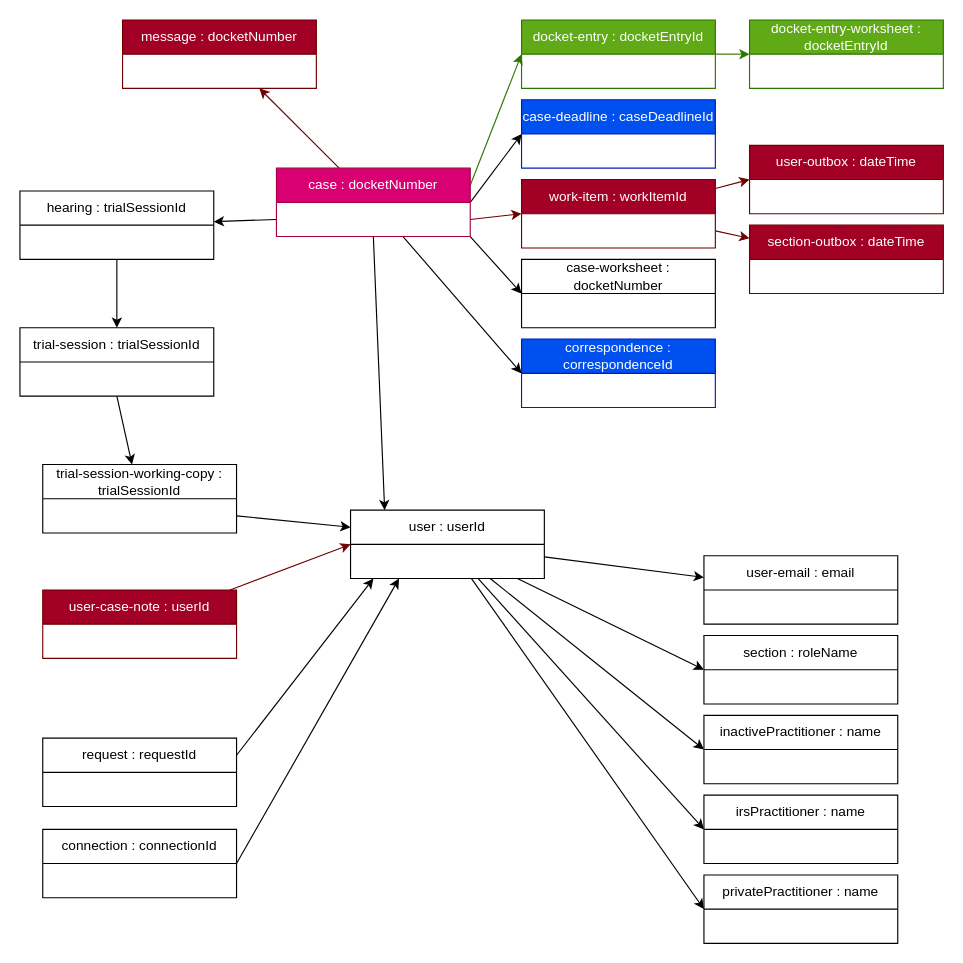
Before: docs/postgres/dynamo-db-entities.drawio in ustaxcourt/ef-cms, a draw.io diagram. Source tidied: cells renumbered, new cells numbered last; positions are measured from the earlier drawing's top-left corner, leaving out a move shared by most shapes. Both pictures are drawn from the tidied source at 114%, with x=0, y=0 at pixel (19, 19).
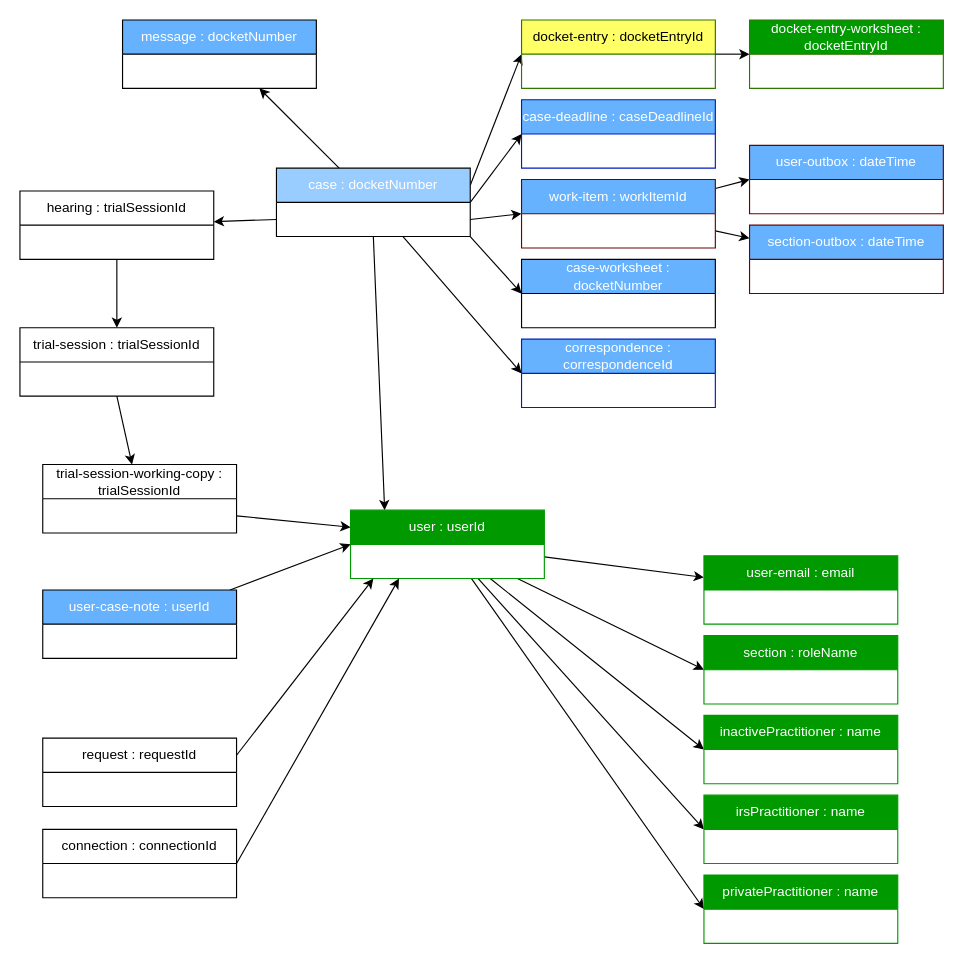
The same page after the edit.

Diff of the diagram source:
```diff
@@
-    <mxCell id="2" style="edgeStyle=none;html=1;entryX=0;entryY=0.5;entryDx=0;entryDy=0;fontColor=#FFFFFF;exitX=1;exitY=0.25;exitDx=0;exitDy=0;fillColor=#60a917;strokeColor=#2D7600;" parent="1" edge="1" source="10" target="11">
+    <mxCell id="2" style="edgeStyle=none;html=1;entryX=0;entryY=0.5;entryDx=0;entryDy=0;fontColor=#FFFFFF;exitX=1;exitY=0.25;exitDx=0;exitDy=0;fillColor=#60a917;strokeColor=#000000;" parent="1" edge="1" source="10" target="11">
       <mxGeometry relative="1" as="geometry" />
     </mxCell>
@@
-    <mxCell id="4" style="edgeStyle=none;html=1;entryX=0;entryY=0.5;entryDx=0;entryDy=0;fontColor=#FFFFFF;exitX=1;exitY=0.75;exitDx=0;exitDy=0;fillColor=#a20025;strokeColor=#6F0000;" parent="1" edge="1" source="10" target="15">
+    <mxCell id="4" style="edgeStyle=none;html=1;entryX=0;entryY=0.5;entryDx=0;entryDy=0;fontColor=#FFFFFF;exitX=1;exitY=0.75;exitDx=0;exitDy=0;fillColor=#a20025;strokeColor=#000000;" parent="1" edge="1" source="10" target="15">
       <mxGeometry relative="1" as="geometry" />
     </mxCell>
@@
-    <mxCell id="9" style="edgeStyle=none;html=1;fillColor=#a20025;strokeColor=#6F0000;" parent="1" edge="1" source="10">
+    <mxCell id="9" style="edgeStyle=none;html=1;fillColor=#a20025;strokeColor=#000000;" parent="1" edge="1" source="10">
       <mxGeometry relative="1" as="geometry">
         <mxPoint x="210" y="60" as="targetPoint" />
       </mxGeometry>
     </mxCell>
-    <mxCell id="10" value="case : docketNumber" style="swimlane;fontStyle=0;horizontal=1;startSize=30;whiteSpace=wrap;html=1;fillColor=#d80073;fontColor=#ffffff;strokeColor=#A50040;" parent="1" vertex="1">
+    <mxCell id="10" value="&lt;font color=&quot;#ffffff&quot;&gt;case : docketNumber&lt;/font&gt;" style="swimlane;fontStyle=0;horizontal=1;startSize=30;whiteSpace=wrap;html=1;fillColor=#99CCFF;fontColor=#ffffff;strokeColor=#000000;shadow=0;" parent="1" vertex="1">
       <mxGeometry x="225" y="130" width="170" height="60" as="geometry" />
     </mxCell>
-    <mxCell id="11" value="docket-entry : docketEntryId" style="swimlane;fontStyle=0;horizontal=1;startSize=30;whiteSpace=wrap;html=1;fillColor=#60a917;fontColor=#ffffff;strokeColor=#2D7600;" parent="1" vertex="1">
+    <mxCell id="11" value="&lt;font color=&quot;#000000&quot;&gt;docket-entry : docketEntryId&lt;/font&gt;" style="swimlane;fontStyle=0;horizontal=1;startSize=30;whiteSpace=wrap;html=1;fillColor=#FFFF66;fontColor=#ffffff;strokeColor=#2D7600;" parent="1" vertex="1">
       <mxGeometry x="440" width="170" height="60" as="geometry" />
     </mxCell>
-    <mxCell id="12" value="case-deadline : caseDeadlineId" style="swimlane;fontStyle=0;horizontal=1;startSize=30;whiteSpace=wrap;html=1;fillColor=#0050ef;fontColor=#ffffff;strokeColor=#001DBC;" parent="1" vertex="1">
+    <mxCell id="12" value="case-deadline : caseDeadlineId" style="swimlane;fontStyle=0;horizontal=1;startSize=30;whiteSpace=wrap;html=1;fillColor=#66B2FF;fontColor=#ffffff;strokeColor=#001DBC;" parent="1" vertex="1">
       <mxGeometry x="440" y="70" width="170" height="60" as="geometry" />
     </mxCell>
-    <mxCell id="13" style="edgeStyle=none;html=1;exitX=1;exitY=0.75;exitDx=0;exitDy=0;fillColor=#a20025;strokeColor=#6F0000;" parent="1" edge="1" source="15" target="41">
+    <mxCell id="13" style="edgeStyle=none;html=1;exitX=1;exitY=0.75;exitDx=0;exitDy=0;fillColor=#a20025;strokeColor=#000000;" parent="1" edge="1" source="15" target="41">
       <mxGeometry relative="1" as="geometry" />
     </mxCell>
-    <mxCell id="14" style="edgeStyle=none;html=1;entryX=0;entryY=0.5;entryDx=0;entryDy=0;fillColor=#a20025;strokeColor=#6F0000;" parent="1" edge="1" source="15" target="42">
+    <mxCell id="14" style="edgeStyle=none;html=1;entryX=0;entryY=0.5;entryDx=0;entryDy=0;fillColor=#a20025;strokeColor=#000000;" parent="1" edge="1" source="15" target="42">
       <mxGeometry relative="1" as="geometry" />
     </mxCell>
-    <mxCell id="15" value="work-item : workItemId" style="swimlane;fontStyle=0;horizontal=1;startSize=30;whiteSpace=wrap;html=1;fillColor=#a20025;fontColor=#ffffff;strokeColor=#6F0000;" parent="1" vertex="1">
+    <mxCell id="15" value="work-item : workItemId" style="swimlane;fontStyle=0;horizontal=1;startSize=30;whiteSpace=wrap;html=1;fillColor=#66B2FF;fontColor=#ffffff;strokeColor=#6F0000;" parent="1" vertex="1">
       <mxGeometry x="440" y="140" width="170" height="60" as="geometry" />
     </mxCell>
@@
-    <mxCell id="21" value="user : userId" style="swimlane;fontStyle=0;horizontal=1;startSize=30;whiteSpace=wrap;html=1;" parent="1" vertex="1">
+    <mxCell id="21" value="&lt;font color=&quot;#ffffff&quot;&gt;user : userId&lt;/font&gt;" style="swimlane;fontStyle=0;horizontal=1;startSize=30;whiteSpace=wrap;html=1;strokeColor=#009900;fillColor=#009900;" parent="1" vertex="1">
       <mxGeometry x="290" y="430" width="170" height="60" as="geometry" />
     </mxCell>
-    <mxCell id="22" value="inactivePractitioner : name" style="swimlane;fontStyle=0;horizontal=1;startSize=30;whiteSpace=wrap;html=1;gradientColor=none;" parent="1" vertex="1">
+    <mxCell id="22" value="&lt;font color=&quot;#ffffff&quot;&gt;inactivePractitioner : name&lt;/font&gt;" style="swimlane;fontStyle=0;horizontal=1;startSize=30;whiteSpace=wrap;html=1;gradientColor=none;strokeColor=#009900;fillColor=#009900;" parent="1" vertex="1">
       <mxGeometry x="600" y="610" width="170" height="60" as="geometry" />
     </mxCell>
-    <mxCell id="23" value="irsPractitioner : name" style="swimlane;fontStyle=0;horizontal=1;startSize=30;whiteSpace=wrap;html=1;" parent="1" vertex="1">
+    <mxCell id="23" value="&lt;font color=&quot;#ffffff&quot;&gt;irsPractitioner : name&lt;/font&gt;" style="swimlane;fontStyle=0;horizontal=1;startSize=30;whiteSpace=wrap;html=1;strokeColor=#009900;fillColor=#009900;" parent="1" vertex="1">
       <mxGeometry x="600" y="680" width="170" height="60" as="geometry" />
     </mxCell>
-    <mxCell id="24" value="privatePractitioner : name" style="swimlane;fontStyle=0;horizontal=1;startSize=30;whiteSpace=wrap;html=1;" parent="1" vertex="1">
+    <mxCell id="24" value="&lt;font color=&quot;#ffffff&quot;&gt;privatePractitioner : name&lt;/font&gt;" style="swimlane;fontStyle=0;horizontal=1;startSize=30;whiteSpace=wrap;html=1;strokeColor=#009900;fillColor=#009900;" parent="1" vertex="1">
       <mxGeometry x="600" y="750" width="170" height="60" as="geometry" />
     </mxCell>
-    <mxCell id="25" value="section : roleName" style="swimlane;fontStyle=0;horizontal=1;startSize=30;whiteSpace=wrap;html=1;" parent="1" vertex="1">
+    <mxCell id="25" value="&lt;font color=&quot;#ffffff&quot;&gt;section : roleName&lt;/font&gt;" style="swimlane;fontStyle=0;horizontal=1;startSize=30;whiteSpace=wrap;html=1;strokeColor=#009900;fillColor=#009900;" parent="1" vertex="1">
       <mxGeometry x="600" y="540" width="170" height="60" as="geometry" />
     </mxCell>
-    <mxCell id="26" value="user-email : email" style="swimlane;fontStyle=0;horizontal=1;startSize=30;whiteSpace=wrap;html=1;" parent="1" vertex="1">
+    <mxCell id="26" value="&lt;font color=&quot;#ffffff&quot;&gt;user-email : email&lt;/font&gt;" style="swimlane;fontStyle=0;horizontal=1;startSize=30;whiteSpace=wrap;html=1;strokeColor=#009900;fillColor=#009900;" parent="1" vertex="1">
       <mxGeometry x="600" y="470" width="170" height="60" as="geometry" />
     </mxCell>
@@
-    <mxCell id="33" value="case-worksheet : docketNumber" style="swimlane;fontStyle=0;horizontal=1;startSize=30;whiteSpace=wrap;html=1;" parent="1" vertex="1">
+    <mxCell id="33" value="&lt;font color=&quot;#ffffff&quot;&gt;case-worksheet : docketNumber&lt;/font&gt;" style="swimlane;fontStyle=0;horizontal=1;startSize=30;whiteSpace=wrap;html=1;fillColor=#66B2FF;" parent="1" vertex="1">
       <mxGeometry x="440" y="210" width="170" height="60" as="geometry" />
     </mxCell>
-    <mxCell id="34" value="correspondence : correspondenceId" style="swimlane;fontStyle=0;horizontal=1;startSize=30;whiteSpace=wrap;html=1;fillColor=#0050ef;fontColor=#ffffff;strokeColor=#001DBC;" parent="1" vertex="1">
+    <mxCell id="34" value="correspondence : correspondenceId" style="swimlane;fontStyle=0;horizontal=1;startSize=30;whiteSpace=wrap;html=1;fillColor=#66B2FF;fontColor=#ffffff;strokeColor=#001DBC;" parent="1" vertex="1">
       <mxGeometry x="440" y="280" width="170" height="60" as="geometry" />
     </mxCell>
-    <mxCell id="35" style="edgeStyle=none;html=1;entryX=0;entryY=0.5;entryDx=0;entryDy=0;fillColor=#a20025;strokeColor=#6F0000;" parent="1" edge="1" source="36" target="21">
+    <mxCell id="35" style="edgeStyle=none;html=1;entryX=0;entryY=0.5;entryDx=0;entryDy=0;fillColor=#a20025;strokeColor=#000000;" parent="1" edge="1" source="36" target="21">
       <mxGeometry relative="1" as="geometry" />
     </mxCell>
-    <mxCell id="36" value="user-case-note : userId" style="swimlane;fontStyle=0;horizontal=1;startSize=30;whiteSpace=wrap;html=1;fillColor=#a20025;fontColor=#ffffff;strokeColor=#6F0000;" parent="1" vertex="1">
+    <mxCell id="36" value="user-case-note : userId" style="swimlane;fontStyle=0;horizontal=1;startSize=30;whiteSpace=wrap;html=1;fillColor=#66B2FF;fontColor=#ffffff;strokeColor=#000000;" parent="1" vertex="1">
       <mxGeometry x="20" y="500" width="170" height="60" as="geometry" />
     </mxCell>
@@
-    <mxCell id="41" value="section-outbox : dateTime" style="swimlane;fontStyle=0;horizontal=1;startSize=30;whiteSpace=wrap;html=1;fillColor=#a20025;fontColor=#ffffff;strokeColor=#6F0000;" parent="1" vertex="1">
+    <mxCell id="41" value="section-outbox : dateTime" style="swimlane;fontStyle=0;horizontal=1;startSize=30;whiteSpace=wrap;html=1;fillColor=#66B2FF;fontColor=#ffffff;strokeColor=#6F0000;" parent="1" vertex="1">
       <mxGeometry x="640" y="180" width="170" height="60" as="geometry" />
     </mxCell>
-    <mxCell id="42" value="user-outbox : dateTime" style="swimlane;fontStyle=0;horizontal=1;startSize=30;whiteSpace=wrap;html=1;fillColor=#a20025;fontColor=#ffffff;strokeColor=#6F0000;" parent="1" vertex="1">
+    <mxCell id="42" value="user-outbox : dateTime" style="swimlane;fontStyle=0;horizontal=1;startSize=30;whiteSpace=wrap;html=1;fillColor=#66B2FF;fontColor=#ffffff;strokeColor=#6F0000;" parent="1" vertex="1">
       <mxGeometry x="640" y="110" width="170" height="60" as="geometry" />
     </mxCell>
-    <mxCell id="43" value="message : docketNumber" style="swimlane;fontStyle=0;horizontal=1;startSize=30;whiteSpace=wrap;html=1;fillColor=#a20025;fontColor=#ffffff;strokeColor=#6F0000;" parent="1" vertex="1">
+    <mxCell id="43" value="message : docketNumber" style="swimlane;fontStyle=0;horizontal=1;startSize=30;whiteSpace=wrap;html=1;fillColor=#66B2FF;fontColor=#ffffff;strokeColor=#000000;" parent="1" vertex="1">
       <mxGeometry x="90" width="170" height="60" as="geometry" />
     </mxCell>
-    <mxCell id="44" value="docket-entry-worksheet : docketEntryId" style="swimlane;fontStyle=0;horizontal=1;startSize=30;whiteSpace=wrap;html=1;fillColor=#60a917;fontColor=#ffffff;strokeColor=#2D7600;" parent="1" vertex="1">
+    <mxCell id="44" value="docket-entry-worksheet : docketEntryId" style="swimlane;fontStyle=0;horizontal=1;startSize=30;whiteSpace=wrap;html=1;fillColor=#009900;fontColor=#ffffff;strokeColor=#2D7600;" parent="1" vertex="1">
       <mxGeometry x="640" width="170" height="60" as="geometry" />
     </mxCell>
-    <mxCell id="45" style="edgeStyle=none;html=1;entryX=0;entryY=0.5;entryDx=0;entryDy=0;fontColor=#FFFFFF;exitX=1;exitY=0.5;exitDx=0;exitDy=0;fillColor=#60a917;strokeColor=#2D7600;" parent="1" edge="1" source="11" target="44">
+    <mxCell id="45" style="edgeStyle=none;html=1;entryX=0;entryY=0.5;entryDx=0;entryDy=0;fontColor=#FFFFFF;exitX=1;exitY=0.5;exitDx=0;exitDy=0;fillColor=#60a917;strokeColor=#000000;" parent="1" edge="1" source="11" target="44">
       <mxGeometry relative="1" as="geometry" />
     </mxCell>
```
